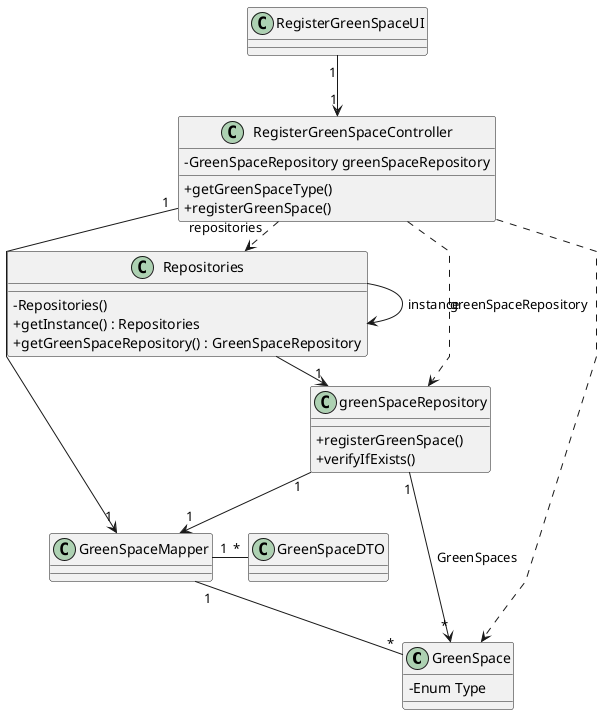
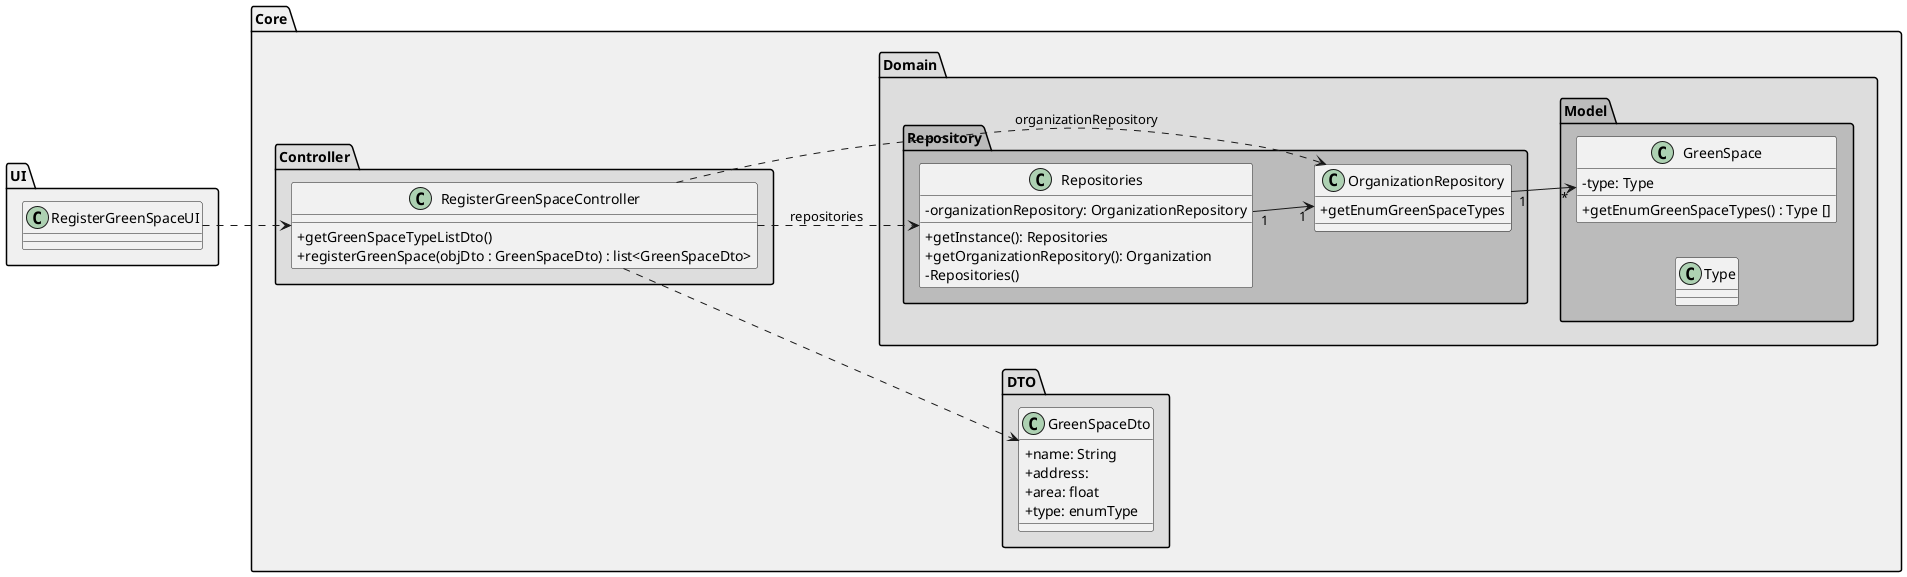
@startuml
- 'skinparam monochrome true
- skinparam packageStyle rectangle
skinparam shadowing false
- skinparam linetype polyline
- 'skinparam linetype orto
- 
skinparam classAttributeIconSize 0

- 'left to right direction
+ left to right direction

- class GreenSpace {
-     -Enum Type
+ package "UI" #f0f0f0{
+     class RegisterGreenSpaceUI {
+     }
+ 
+ 
+ }
+ 
+ package "Core" #f0f0f0{
+ 
+ 
+ 
+ 
+     package "Controller" #dddddd{
+ 
+         class RegisterGreenSpaceController {
+             +getGreenSpaceTypeListDto()
+             +registerGreenSpace(objDto : GreenSpaceDto) : list<GreenSpaceDto>
+ 
+         }
+ 
+     }
+ 
+ 
+ 
+         package "DTO" #dddddd{
+ 
+             class GreenSpaceDto {
+                 +name: String
+                 +address:
+                 +area: float
+                 +type: enumType
+             }
+ 
+ 
+         }
+ 
+     package "Domain" #dddddd{
+ 
+ 
+         package "Repository" #bbbbbb{
+ 
+             class Repositories {
+                 - organizationRepository: OrganizationRepository
+                 + getInstance(): Repositories
+                 + getOrganizationRepository(): Organization
+                 - Repositories()
+             }
+ 
+ 
+ 
+ 
+             class OrganizationRepository {
+                 + getEnumGreenSpaceTypes
+             }
+ 
+ 
+         }
+ 
+         package "Model" #bbbbbb{
+ 
+ 
+ 
+             class GreenSpace {
+                  - type: Type
+                  +getEnumGreenSpaceTypes() : Type []
+             }
+ 
+             class Type{
+ 
+             }
+ 
+ 
+ 
+ 
+         }
+     }
}



- class greenSpaceRepository {
+ RegisterGreenSpaceUI ..> RegisterGreenSpaceController
+ RegisterGreenSpaceController ..> Repositories : repositories

-            + registerGreenSpace()
-            + verifyIfExists()
- 
- }
- 
- class GreenSpaceMapper{
- 
- }
- 
- class GreenSpaceDTO{
- 
- }
+ RegisterGreenSpaceController ..> OrganizationRepository : organizationRepository


- class Repositories {
-         - Repositories()
-         + getInstance() : Repositories
-         + getGreenSpaceRepository() : GreenSpaceRepository
- }
- 
- class RegisterGreenSpaceController{
-     - GreenSpaceRepository greenSpaceRepository
-         + getGreenSpaceType()
-         + registerGreenSpace()
- 
- }
- GreenSpaceMapper "1" - "*" GreenSpaceDTO
- GreenSpaceMapper "1" -- "*" GreenSpace
- 
- RegisterGreenSpaceController "1" -> "1" GreenSpaceMapper
- greenSpaceRepository "1" --> "1" GreenSpaceMapper
- RegisterGreenSpaceUI"1" --> "1" RegisterGreenSpaceController
- 
- 
- RegisterGreenSpaceController .> Repositories : repositories
- 
- 
- RegisterGreenSpaceController ..> GreenSpace
- RegisterGreenSpaceController ..> greenSpaceRepository : greenSpaceRepository
- 
- 
- 
- Repositories -> Repositories : instance
- Repositories -> "1" greenSpaceRepository
- 
- greenSpaceRepository "1" --> "*" GreenSpace : GreenSpaces
+ RegisterGreenSpaceController ..> GreenSpaceDto




- @enduml+ OrganizationRepository "1" --> "*" GreenSpace
+ 
+ Repositories "1" --> "1" OrganizationRepository
+ 
+ 
+ 
+ 
+ 
+ @enduml
+ 
+ 
+ 
